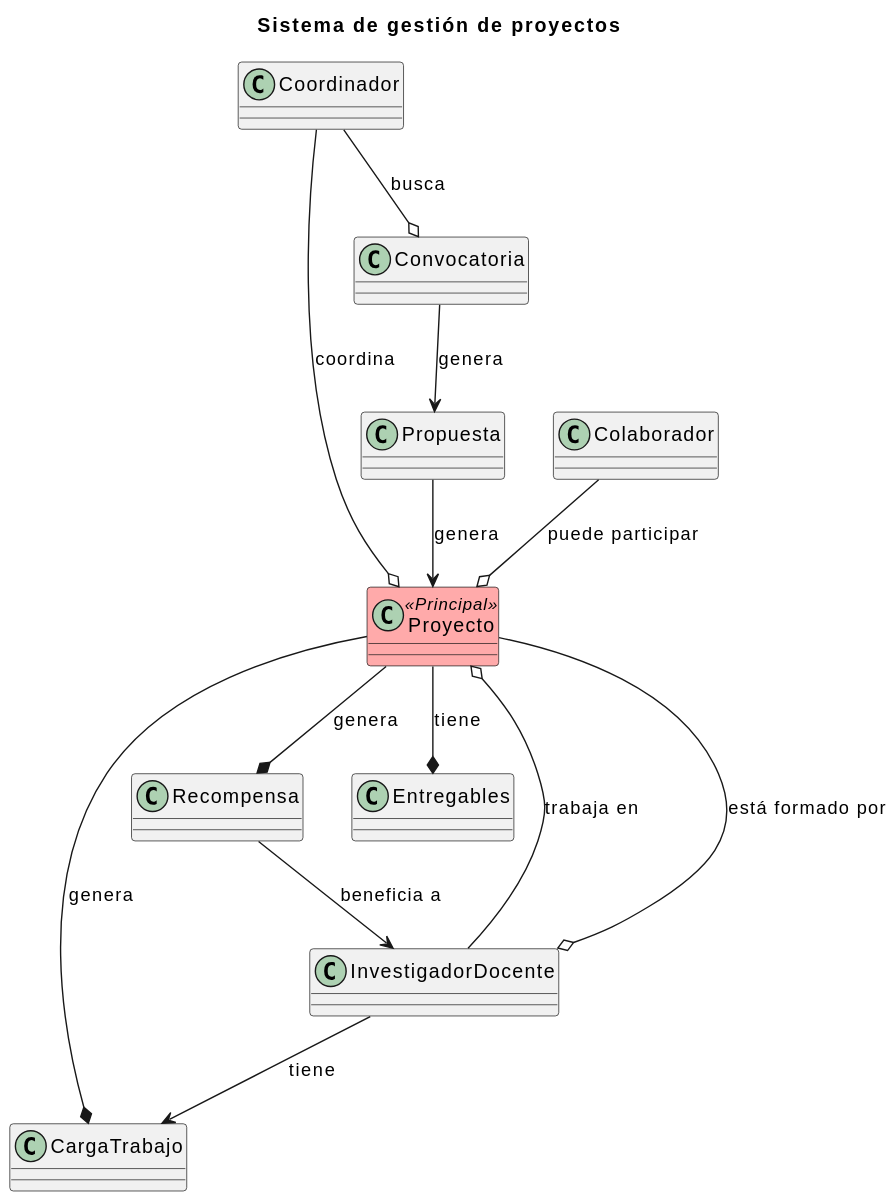
This is documentación/ModeloDelDominio/Imagenes/Clases/ClasesProyecto.svg from 31Diego/25-26-IdSw1-SdR, a PlantUML export, as it was before one commit.
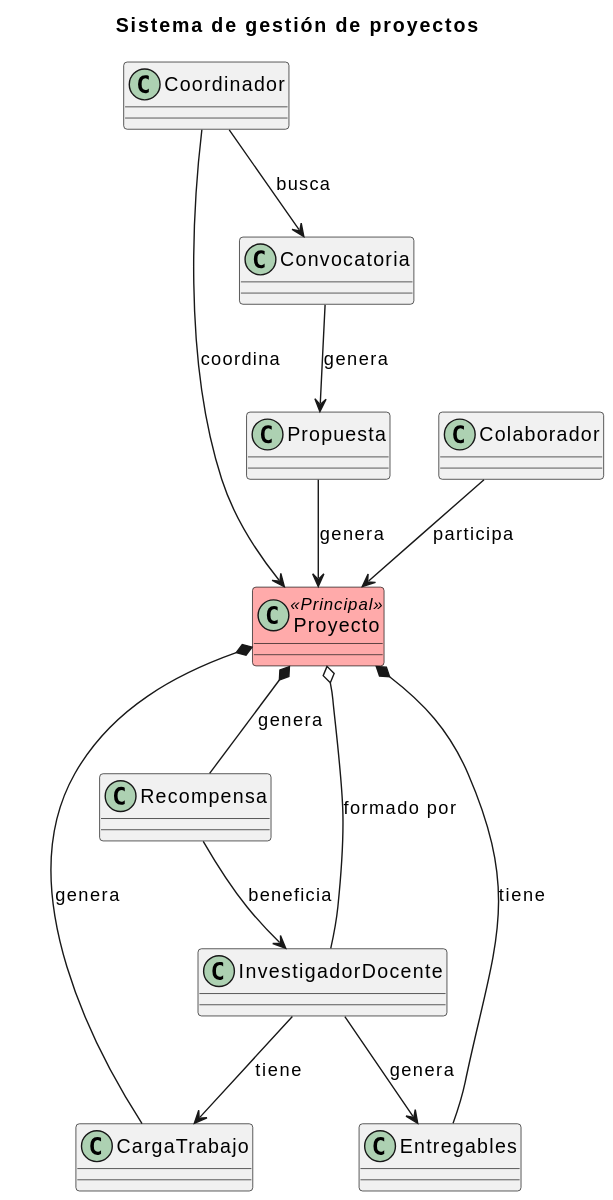
Above is the later version.

What changed in the source:
```diff
@@ -1,72 +1,49 @@
 @startuml
-title: Sistema de gestión de proyectos
+title Sistema de gestión de proyectos
+
+class Proyecto <<Principal>> #FFAAAA {
+}
+
+class Convocatoria {
+}
+
+class Propuesta {
+}
+
+class InvestigadorDocente {
+}
+
+class Coordinador {
+}
+
+class Colaborador {
+}
+
+class CargaTrabajo {
+}
+
+class Entregables {
+}
+
+class Recompensa {
+}
+
+Convocatoria --> Propuesta : genera
+Propuesta --> Proyecto : genera
+
+Proyecto o-- InvestigadorDocente : formado por
+Proyecto *-- Entregables : tiene
+Proyecto *-- CargaTrabajo : genera
+Proyecto *-- Recompensa : genera
+
+Coordinador --> Proyecto : coordina
+Coordinador --> Convocatoria : busca
+
+Colaborador --> Proyecto : participa
+
+InvestigadorDocente --> CargaTrabajo : tiene
+InvestigadorDocente --> Entregables : genera
 
 
-class Proyecto <<Principal>> #FFAAAA{
-
-}
-
-class Convocatoria{
-
-}
-
-class Propuesta{
-
-}
-
-
-
-
-
-class InvestigadorDocente{
-
-}
-
-class Coordinador{
-
-}
-
-
-class Colaborador{
-
-}
-
-
-
-
-
-
-class CargaTrabajo{
-
-}
-
-class Entregables{
-
-}
-
-class Recompensa{
-
-}
-
-
-
-Convocatoria --> Propuesta: genera
-Propuesta --> Proyecto: genera
-
-Proyecto --o InvestigadorDocente: está formado por
-Proyecto --* Entregables: tiene
-Proyecto --* CargaTrabajo: genera
-Proyecto --* Recompensa: genera
-
-Coordinador --o Proyecto: coordina
-Coordinador --o Convocatoria: busca
-
-
-
-Colaborador --o Proyecto: puede participar
-
-InvestigadorDocente --> CargaTrabajo: tiene
-InvestigadorDocente --o Proyecto: trabaja en
-
-Recompensa --> InvestigadorDocente: beneficia a
+Recompensa --> InvestigadorDocente : beneficia
 @enduml
```
